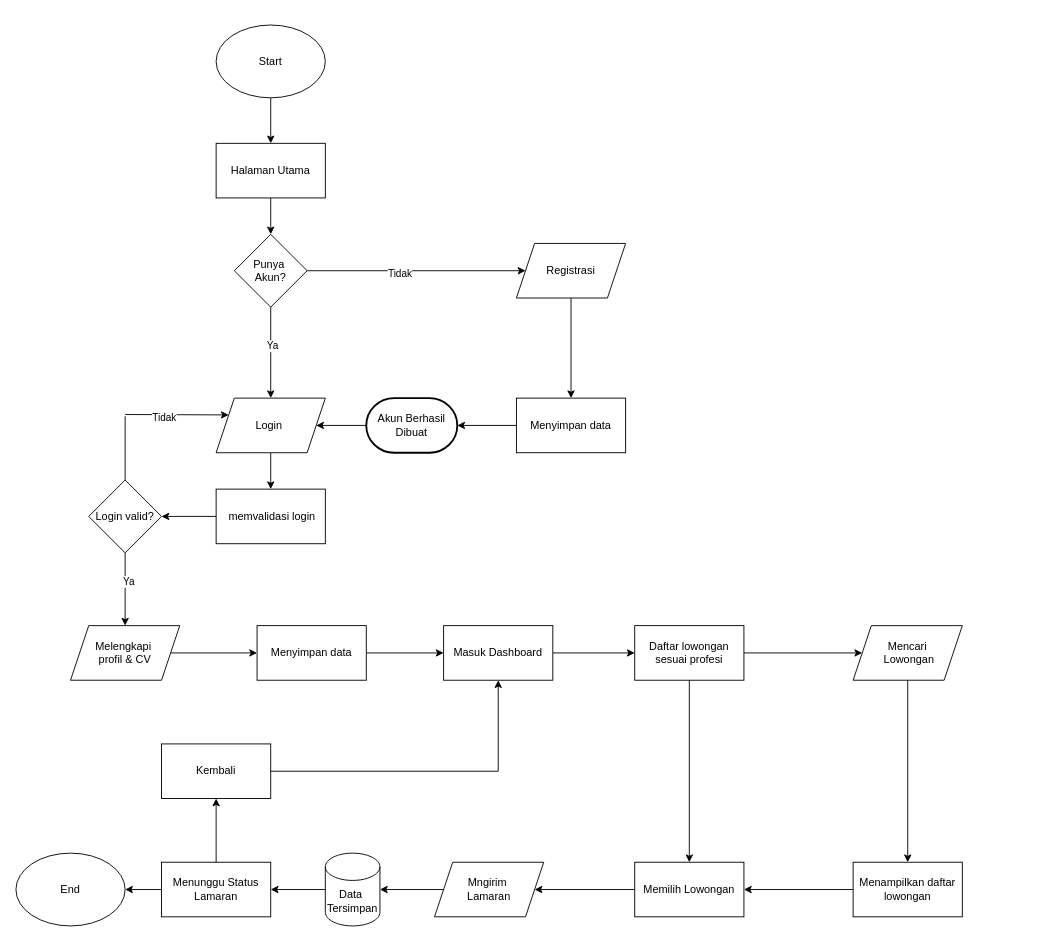
SKARIGA-RPL-XII/project-kka-putrasatrioanugrah07 keeps this draw.io diagram as Flowchart/User.drawio. Above is the earlier version. Source tidied: cells renumbered, new cells numbered last; positions are measured from the earlier drawing's top-left corner, leaving out a move shared by most shapes. Both pictures are drawn from the tidied source at 91%, with x=0, y=0 at pixel (15, 25).
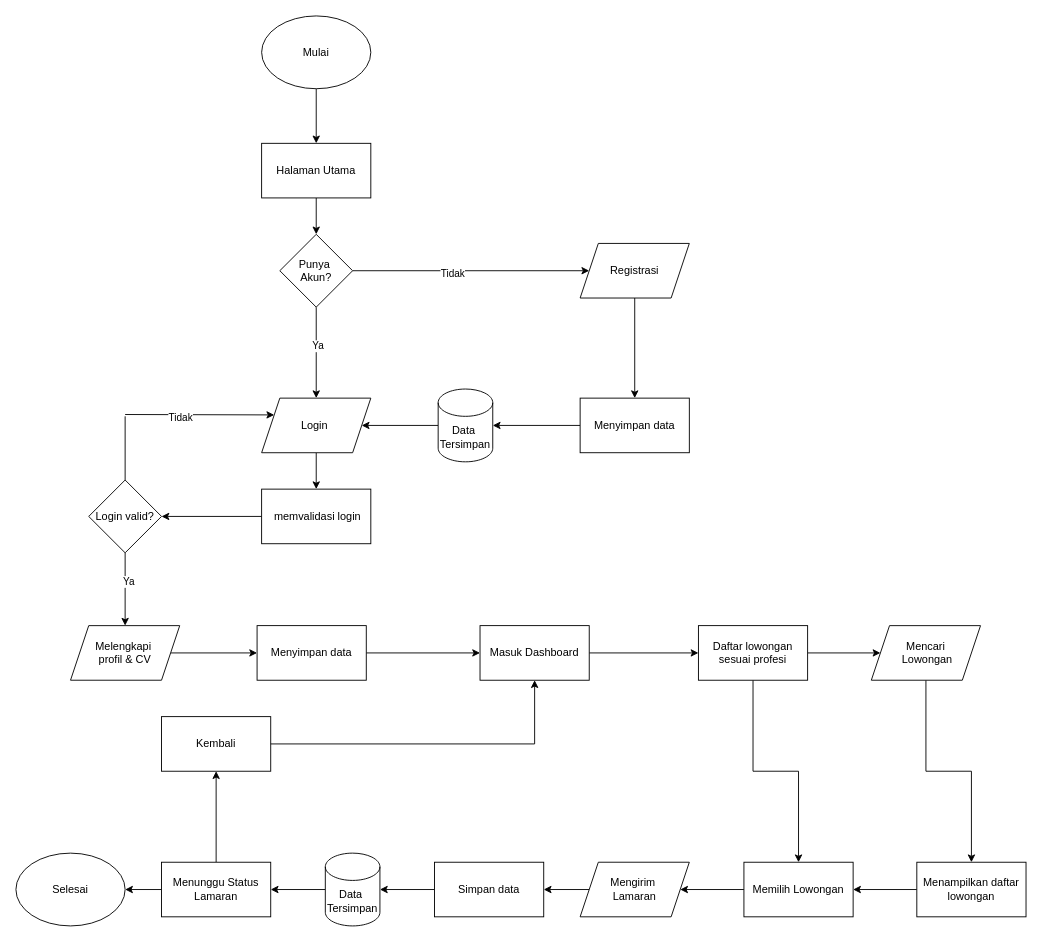
After the change.

Unchanged cells that the change refers to:
```xml
<mxCell id="48" value="Data&amp;nbsp;&lt;div&gt;Tersimpan&lt;/div&gt;" style="shape=cylinder3;whiteSpace=wrap;html=1;boundedLbl=1;backgroundOutline=1;size=15;" parent="1" vertex="1">
  <mxGeometry x="340" y="910" width="60" height="80" as="geometry" />
</mxCell>
```

Change to the diagram source:
```diff
@@
-    <mxCell id="3" value="Start" style="ellipse;whiteSpace=wrap;html=1;" parent="1" vertex="1">
-      <mxGeometry x="220" width="120" height="80" as="geometry" />
+    <mxCell id="3" value="Mulai" style="ellipse;whiteSpace=wrap;html=1;" parent="1" vertex="1">
+      <mxGeometry x="270" y="-10" width="120" height="80" as="geometry" />
     </mxCell>
@@
     <mxCell id="5" value="Halaman Utama" style="rounded=0;whiteSpace=wrap;html=1;" parent="1" vertex="1">
-      <mxGeometry x="220" y="130" width="120" height="60" as="geometry" />
+      <mxGeometry x="270" y="130" width="120" height="60" as="geometry" />
     </mxCell>
@@
     <mxCell id="10" value="Punya&amp;nbsp;&lt;div&gt;Akun?&lt;/div&gt;" style="rhombus;whiteSpace=wrap;html=1;" parent="1" vertex="1">
-      <mxGeometry x="240" y="230" width="80" height="80" as="geometry" />
+      <mxGeometry x="290" y="230" width="80" height="80" as="geometry" />
     </mxCell>
@@
     <mxCell id="12" value="Login&amp;nbsp;" style="shape=parallelogram;perimeter=parallelogramPerimeter;whiteSpace=wrap;html=1;fixedSize=1;" parent="1" vertex="1">
-      <mxGeometry x="220" y="410" width="120" height="60" as="geometry" />
+      <mxGeometry x="270" y="410" width="120" height="60" as="geometry" />
     </mxCell>
@@
     <mxCell id="14" value="Registrasi" style="shape=parallelogram;perimeter=parallelogramPerimeter;whiteSpace=wrap;html=1;fixedSize=1;" parent="1" vertex="1">
-      <mxGeometry x="550" y="240" width="120" height="60" as="geometry" />
+      <mxGeometry x="620" y="240" width="120" height="60" as="geometry" />
     </mxCell>
-    <mxCell id="15" style="edgeStyle=orthogonalEdgeStyle;rounded=0;jettySize=auto;html=1;" parent="1" edge="1" source="16" target="18">
+    <mxCell id="15" style="edgeStyle=orthogonalEdgeStyle;rounded=0;jettySize=auto;html=1;entryX=1;entryY=0.5;entryDx=0;entryDy=0;entryPerimeter=0;" parent="1" edge="1" source="16" target="59">
       <mxGeometry relative="1" as="geometry" />
     </mxCell>
     <mxCell id="16" value="Menyimpan data" style="whiteSpace=wrap;html=1;" parent="1" vertex="1">
-      <mxGeometry x="550" y="410" width="120" height="60" as="geometry" />
+      <mxGeometry x="620" y="410" width="120" height="60" as="geometry" />
     </mxCell>
-    <mxCell id="17" style="edgeStyle=orthogonalEdgeStyle;rounded=0;jettySize=auto;html=1;" parent="1" edge="1" source="18" target="12">
+    <mxCell id="17" style="edgeStyle=orthogonalEdgeStyle;rounded=0;jettySize=auto;html=1;exitX=0;exitY=0.5;exitDx=0;exitDy=0;exitPerimeter=0;" parent="1" edge="1" source="59" target="12">
       <mxGeometry relative="1" as="geometry" />
     </mxCell>
-    <mxCell id="18" value="Akun Berhasil Dibuat" style="strokeWidth=2;html=1;shape=mxgraph.flowchart.terminator;whiteSpace=wrap;" parent="1" vertex="1">
-      <mxGeometry x="385" y="410" width="100" height="60" as="geometry" />
-    </mxCell>
@@
     <mxCell id="20" value="&amp;nbsp;memvalidasi login" style="rounded=0;whiteSpace=wrap;html=1;" parent="1" vertex="1">
-      <mxGeometry x="220" y="510" width="120" height="60" as="geometry" />
+      <mxGeometry x="270" y="510" width="120" height="60" as="geometry" />
     </mxCell>
@@
     <mxCell id="29" value="Masuk Dashboard" style="rounded=0;whiteSpace=wrap;html=1;" parent="1" vertex="1">
-      <mxGeometry x="470" y="660" width="120" height="60" as="geometry" />
+      <mxGeometry x="510" y="660" width="120" height="60" as="geometry" />
     </mxCell>
@@
     <mxCell id="31" value="Mencari&lt;div&gt;&amp;nbsp;Lowongan&lt;/div&gt;" style="shape=parallelogram;perimeter=parallelogramPerimeter;whiteSpace=wrap;html=1;fixedSize=1;" parent="1" vertex="1">
-      <mxGeometry x="920" y="660" width="120" height="60" as="geometry" />
+      <mxGeometry x="940" y="660" width="120" height="60" as="geometry" />
     </mxCell>
@@
     <mxCell id="33" value="Menampilkan daftar lowongan" style="rounded=0;whiteSpace=wrap;html=1;" parent="1" vertex="1">
-      <mxGeometry x="920" y="920" width="120" height="60" as="geometry" />
+      <mxGeometry x="990" y="920" width="120" height="60" as="geometry" />
     </mxCell>
@@
     <mxCell id="35" value="Memilih Lowongan" style="whiteSpace=wrap;html=1;rounded=0;" parent="1" vertex="1">
-      <mxGeometry x="680" y="920" width="120" height="60" as="geometry" />
+      <mxGeometry x="800" y="920" width="120" height="60" as="geometry" />
     </mxCell>
@@
     <mxCell id="42" value="Daftar lowongan sesuai profesi" style="rounded=0;whiteSpace=wrap;html=1;" parent="1" vertex="1">
-      <mxGeometry x="680" y="660" width="120" height="60" as="geometry" />
+      <mxGeometry x="750" y="660" width="120" height="60" as="geometry" />
     </mxCell>
@@
-    <mxCell id="45" style="edgeStyle=orthogonalEdgeStyle;rounded=0;jettySize=auto;html=1;" parent="1" edge="1" source="46" target="48">
-      <mxGeometry relative="1" as="geometry" />
-    </mxCell>
+    <mxCell id="56" style="edgeStyle=orthogonalEdgeStyle;rounded=0;jettySize=auto;html=1;" parent="1" edge="1" source="46" target="58">
+      <mxGeometry relative="1" as="geometry" />
+    </mxCell>
-    <mxCell id="46" value="Mngirim&amp;nbsp;&lt;div&gt;Lamaran&lt;/div&gt;" style="shape=parallelogram;perimeter=parallelogramPerimeter;whiteSpace=wrap;html=1;fixedSize=1;" parent="1" vertex="1">
-      <mxGeometry x="460" y="920" width="120" height="60" as="geometry" />
+    <mxCell id="46" value="Mengirim&amp;nbsp;&lt;div&gt;Lamaran&lt;/div&gt;" style="shape=parallelogram;perimeter=parallelogramPerimeter;whiteSpace=wrap;html=1;fixedSize=1;" parent="1" vertex="1">
+      <mxGeometry x="620" y="920" width="120" height="60" as="geometry" />
     </mxCell>
@@
-    <mxCell id="52" value="End" style="ellipse;whiteSpace=wrap;html=1;" parent="1" vertex="1">
+    <mxCell id="52" value="Selesai" style="ellipse;whiteSpace=wrap;html=1;" parent="1" vertex="1">
       <mxGeometry y="910" width="120" height="80" as="geometry" />
     </mxCell>
     <mxCell id="53" value="Kembali" style="rounded=0;whiteSpace=wrap;html=1;" parent="1" vertex="1">
-      <mxGeometry x="160" y="790" width="120" height="60" as="geometry" />
+      <mxGeometry x="160" y="760" width="120" height="60" as="geometry" />
     </mxCell>
     <mxCell id="54" style="endArrow=none;html=1;rounded=0;exitX=1;exitY=0.5;exitDx=0;exitDy=0;" parent="1" edge="1" source="53">
       <mxGeometry relative="1" as="geometry">
-        <mxPoint x="530" y="820" as="targetPoint" />
+        <mxPoint x="570" y="790" as="targetPoint" />
       </mxGeometry>
     </mxCell>
     <mxCell id="55" style="endArrow=classic;html=1;rounded=0;entryX=0.5;entryY=1;entryDx=0;entryDy=0;" parent="1" edge="1" target="29">
       <mxGeometry relative="1" as="geometry">
-        <mxPoint x="530" y="820" as="sourcePoint" />
+        <mxPoint x="570" y="790" as="sourcePoint" />
       </mxGeometry>
     </mxCell>
+    <mxCell id="57" style="edgeStyle=orthogonalEdgeStyle;rounded=0;jettySize=auto;html=1;" parent="1" edge="1" source="58" target="48">
+      <mxGeometry relative="1" as="geometry" />
+    </mxCell>
+    <mxCell id="58" value="Simpan data" style="rounded=0;whiteSpace=wrap;html=1;" parent="1" vertex="1">
+      <mxGeometry x="460" y="920" width="120" height="60" as="geometry" />
+    </mxCell>
+    <mxCell id="59" value="Data&amp;nbsp;&lt;div&gt;Tersimpan&lt;/div&gt;" style="shape=cylinder3;whiteSpace=wrap;html=1;boundedLbl=1;backgroundOutline=1;size=15;" parent="1" vertex="1">
+      <mxGeometry x="464" y="400" width="60" height="80" as="geometry" />
+    </mxCell>
```
